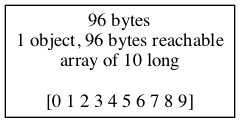
This is doc/images/arr10-Mac-OS-X-10.13.6-jdk-Oracle-1.8.0_192-clj-1.10.1.png from jafingerhut/cljol, a Graphviz export, as it was before one commit. Its source is kept beside it as doc/images/arr10-Mac-OS-X-10.13.6-jdk-Oracle-1.8.0_192-clj-1.10.1.dot.
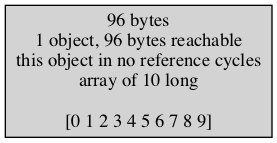
Later version of the same file.

What changed in the source:
```diff
@@ -1,7 +1,8 @@
 digraph {
 graph [layout=dot,rankdir=LR];
-"31863619592" [label="96 bytes
+"32257166992" ["scc-num-nodes"=1,style=filled,label="96 bytes
 1 object, 96 bytes reachable
+this object in no reference cycles
 array of 10 long
 
 [0 1 2 3 4 5 6 7 8 9]",shape=box];
```
